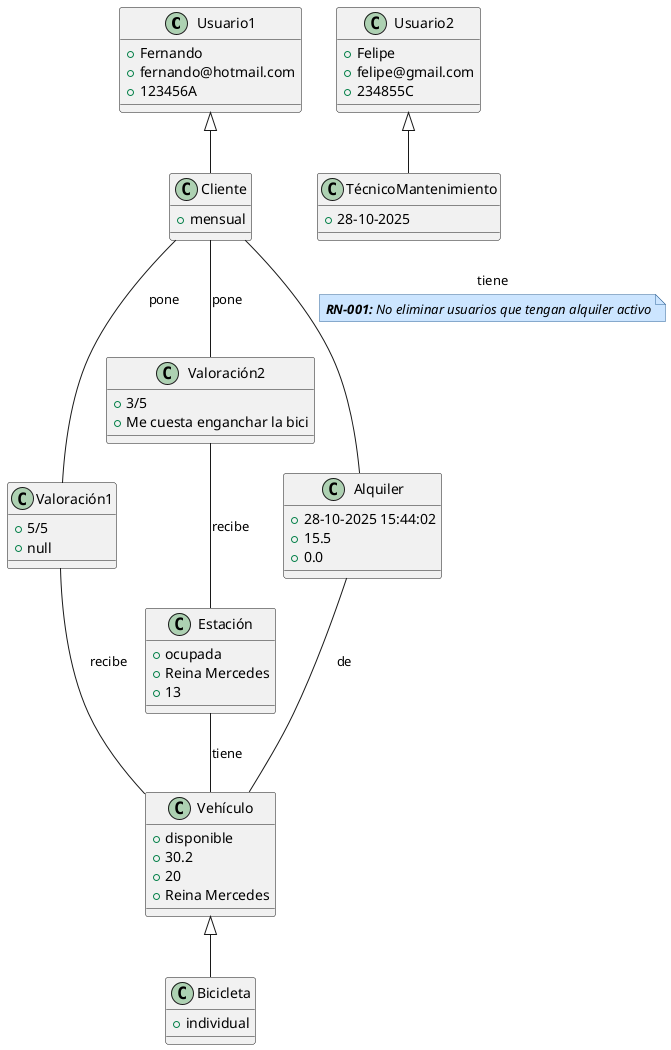
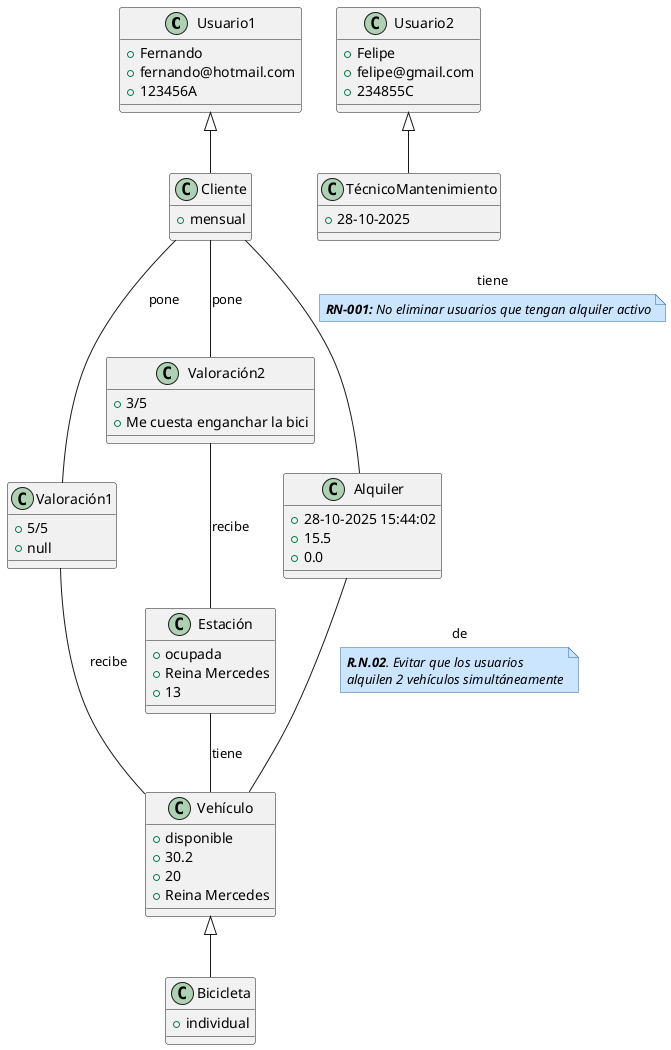
@startuml DiagramaClases

skinparam note {
  BackgroundColor #cce5ff
  BorderColor #336699
  FontStyle italic
}

class Usuario1 {
    +Fernando
    +fernando@hotmail.com
    +123456A
}

class Usuario2 {
    +Felipe
    +felipe@gmail.com
    +234855C

}

class Cliente {
    +mensual
}

class TécnicoMantenimiento {
    +28-10-2025
}

class Valoración1 {
    +5/5
    +null
}

class Valoración2 {
    +3/5
    +Me cuesta enganchar la bici
}

class Alquiler {
    +28-10-2025 15:44:02
    +15.5
    +0.0
}

class Vehículo {
    +disponible
    +30.2
    +20
    +Reina Mercedes
}

class Estación {
    +ocupada
    +Reina Mercedes
    +13
}

class Bicicleta {
    +individual
}


Usuario1 <|-- Cliente
Usuario2 <|-- TécnicoMantenimiento

'Relación directa valoraciones'
Cliente -- Valoración1 : pone
Cliente -- Valoración2 : pone
Valoración1 -- Vehículo : recibe
Valoración2 -- Estación : recibe

Estación -- Vehículo : tiene

'Relacion de Alquileres'
Cliente --  Alquiler: tiene

'Requisitos seguidos de relacion a linkear'
note on link
  **RN-001:** No eliminar usuarios que tengan alquiler activo
end note

Alquiler -- Vehículo: de
- 
+ note on link
+     **R.N.02**. Evitar que los usuarios
+     alquilen 2 vehículos simultáneamente
+ end note
Vehículo <|-- Bicicleta

@enduml